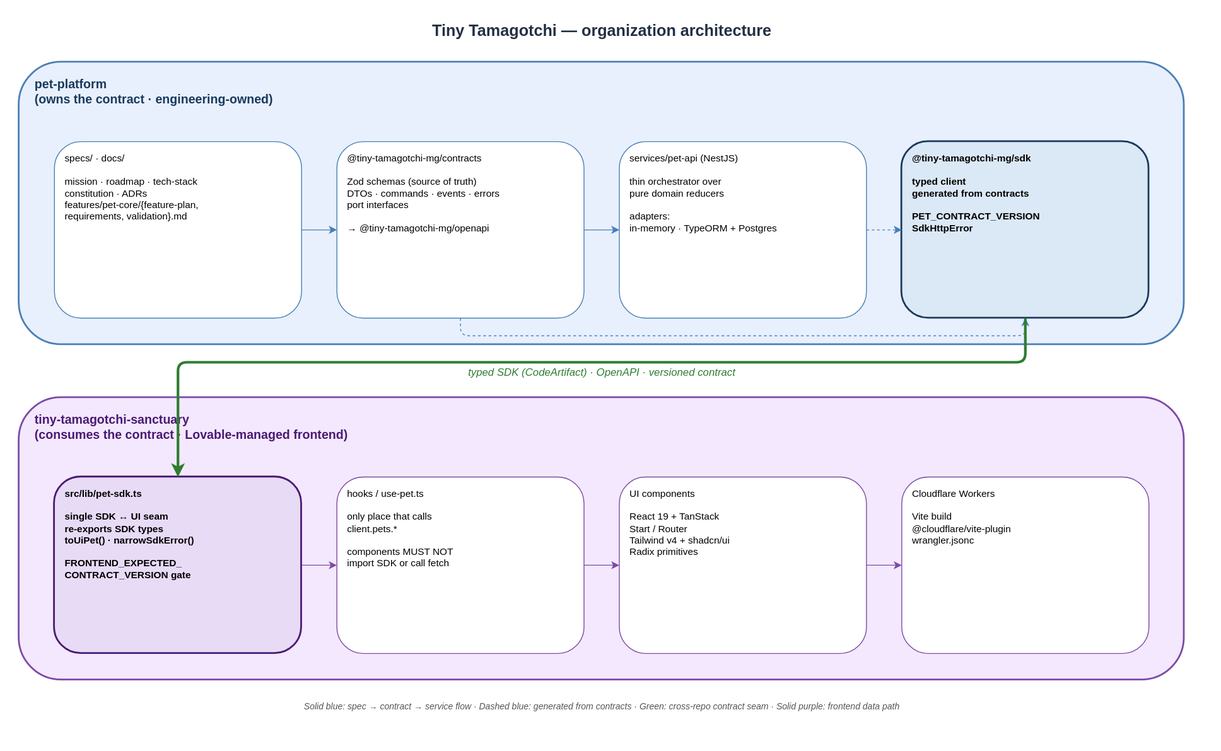
Earlier version of the draw.io export profile/assets/architecture.svg (tiny-tamagotchi/.github). Source tidied: cells renumbered, new cells last; positions are measured from the earlier drawing's top-left corner, leaving out a move shared by most shapes.
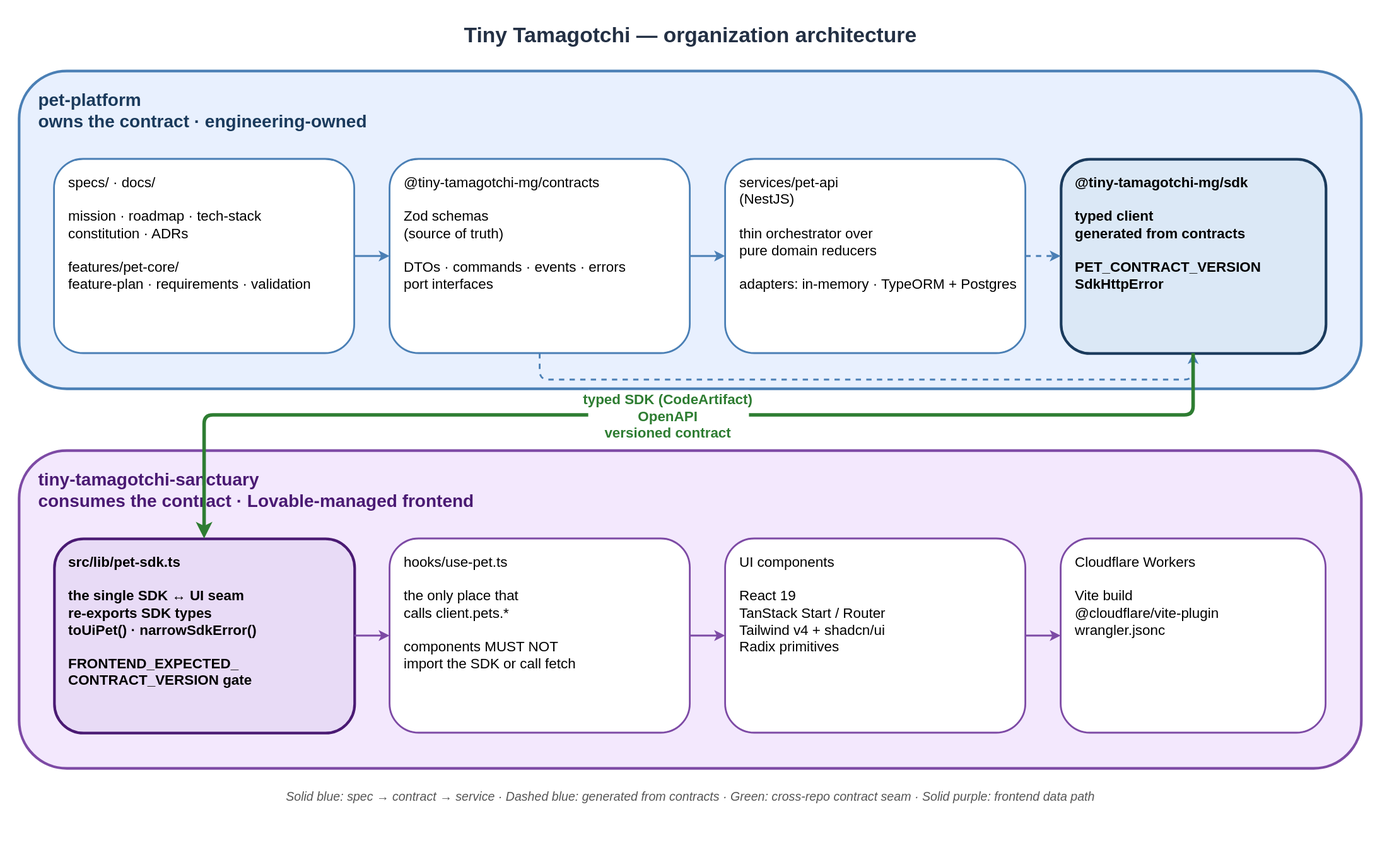
The same diagram one commit later.

Commit message:
Make architecture diagram legible in org profile (#2)

Change to the diagram source:
```diff
@@ -2,78 +2,75 @@
   <root>
     <mxCell id="0" />
     <mxCell id="1" parent="0" />
-    <mxCell id="2" value="Tiny Tamagotchi — organization architecture" style="text;html=1;align=center;verticalAlign=middle;fontSize=18;fontStyle=1;fontColor=#233044;" parent="1" vertex="1">
-      <mxGeometry width="1320" height="30" as="geometry" />
+    <mxCell id="2" value="Tiny Tamagotchi — organization architecture" style="text;html=1;align=center;verticalAlign=middle;fontSize=24;fontStyle=1;fontColor=#233044;" parent="1" vertex="1">
+      <mxGeometry y="10" width="1520" height="40" as="geometry" />
     </mxCell>
-    <mxCell id="3" value="pet-platform&#10;(owns the contract · engineering-owned)" style="rounded=1;whiteSpace=wrap;html=1;fillColor=#e8f0fe;strokeColor=#4a7fb5;strokeWidth=2;verticalAlign=top;fontStyle=1;fontSize=14;fontColor=#1a3a5c;align=left;spacingLeft=16;spacingTop=10;" parent="1" vertex="1">
-      <mxGeometry y="50" width="1320" height="320" as="geometry" />
+    <mxCell id="3" value="pet-platform&#10;owns the contract  ·  engineering-owned" style="rounded=1;whiteSpace=wrap;html=1;fillColor=#e8f0fe;strokeColor=#4a7fb5;strokeWidth=3;verticalAlign=top;fontStyle=1;fontSize=20;fontColor=#1a3a5c;align=left;spacingLeft=20;spacingTop=14;" parent="1" vertex="1">
+      <mxGeometry y="70" width="1520" height="360" as="geometry" />
     </mxCell>
-    <mxCell id="4" value="specs/ · docs/&#10;&#10;mission · roadmap · tech-stack&#10;constitution · ADRs&#10;features/pet-core/{feature-plan,&#10;requirements, validation}.md" style="rounded=1;whiteSpace=wrap;html=1;fillColor=#ffffff;strokeColor=#4a7fb5;fontSize=11;align=left;spacingLeft=10;spacingTop=6;verticalAlign=top;fontStyle=0;" parent="1" vertex="1">
-      <mxGeometry x="40" y="140" width="280" height="200" as="geometry" />
+    <mxCell id="4" value="specs/ · docs/&#10;&#10;mission · roadmap · tech-stack&#10;constitution · ADRs&#10;&#10;features/pet-core/&#10;feature-plan · requirements · validation" style="rounded=1;whiteSpace=wrap;html=1;fillColor=#ffffff;strokeColor=#4a7fb5;strokeWidth=2;fontSize=16;align=left;spacingLeft=14;spacingTop=10;verticalAlign=top;fontStyle=0;" parent="1" vertex="1">
+      <mxGeometry x="40" y="170" width="340" height="220" as="geometry" />
     </mxCell>
-    <mxCell id="5" value="@tiny-tamagotchi-mg/contracts&#10;&#10;Zod schemas (source of truth)&#10;DTOs · commands · events · errors&#10;port interfaces&#10;&#10;→ @tiny-tamagotchi-mg/openapi" style="rounded=1;whiteSpace=wrap;html=1;fillColor=#ffffff;strokeColor=#4a7fb5;fontSize=11;align=left;spacingLeft=10;spacingTop=6;verticalAlign=top;fontStyle=0;" parent="1" vertex="1">
-      <mxGeometry x="360" y="140" width="280" height="200" as="geometry" />
+    <mxCell id="5" value="@tiny-tamagotchi-mg/contracts&#10;&#10;Zod schemas&#10;(source of truth)&#10;&#10;DTOs · commands · events · errors&#10;port interfaces" style="rounded=1;whiteSpace=wrap;html=1;fillColor=#ffffff;strokeColor=#4a7fb5;strokeWidth=2;fontSize=16;align=left;spacingLeft=14;spacingTop=10;verticalAlign=top;fontStyle=0;" parent="1" vertex="1">
+      <mxGeometry x="420" y="170" width="340" height="220" as="geometry" />
     </mxCell>
-    <mxCell id="6" value="services/pet-api (NestJS)&#10;&#10;thin orchestrator over&#10;pure domain reducers&#10;&#10;adapters:&#10;  in-memory · TypeORM + Postgres" style="rounded=1;whiteSpace=wrap;html=1;fillColor=#ffffff;strokeColor=#4a7fb5;fontSize=11;align=left;spacingLeft=10;spacingTop=6;verticalAlign=top;fontStyle=0;" parent="1" vertex="1">
-      <mxGeometry x="680" y="140" width="280" height="200" as="geometry" />
+    <mxCell id="6" value="services/pet-api&#10;(NestJS)&#10;&#10;thin orchestrator over&#10;pure domain reducers&#10;&#10;adapters: in-memory · TypeORM + Postgres" style="rounded=1;whiteSpace=wrap;html=1;fillColor=#ffffff;strokeColor=#4a7fb5;strokeWidth=2;fontSize=16;align=left;spacingLeft=14;spacingTop=10;verticalAlign=top;fontStyle=0;" parent="1" vertex="1">
+      <mxGeometry x="800" y="170" width="340" height="220" as="geometry" />
     </mxCell>
-    <mxCell id="7" value="@tiny-tamagotchi-mg/sdk&#10;&#10;typed client&#10;generated from contracts&#10;&#10;PET_CONTRACT_VERSION&#10;SdkHttpError" style="rounded=1;whiteSpace=wrap;html=1;fillColor=#dbe8f6;strokeColor=#1a3a5c;strokeWidth=2;fontSize=11;align=left;spacingLeft=10;spacingTop=6;verticalAlign=top;fontStyle=1;" parent="1" vertex="1">
-      <mxGeometry x="1000" y="140" width="280" height="200" as="geometry" />
+    <mxCell id="7" value="@tiny-tamagotchi-mg/sdk&#10;&#10;typed client&#10;generated from contracts&#10;&#10;PET_CONTRACT_VERSION&#10;SdkHttpError" style="rounded=1;whiteSpace=wrap;html=1;fillColor=#dbe8f6;strokeColor=#1a3a5c;strokeWidth=3;fontSize=16;align=left;spacingLeft=14;spacingTop=10;verticalAlign=top;fontStyle=1;" parent="1" vertex="1">
+      <mxGeometry x="1180" y="170" width="300" height="220" as="geometry" />
     </mxCell>
-    <mxCell id="8" value="typed SDK (CodeArtifact)  ·  OpenAPI  ·  versioned contract" style="text;html=1;align=center;verticalAlign=middle;fontSize=12;fontStyle=2;fontColor=#2e7d32;" parent="1" vertex="1">
-      <mxGeometry y="390" width="1320" height="24" as="geometry" />
-    </mxCell>
-    <mxCell id="9" value="tiny-tamagotchi-sanctuary&#10;(consumes the contract · Lovable-managed frontend)" style="rounded=1;whiteSpace=wrap;html=1;fillColor=#f3e8fd;strokeColor=#7d4aa5;strokeWidth=2;verticalAlign=top;fontStyle=1;fontSize=14;fontColor=#4a1a73;align=left;spacingLeft=16;spacingTop=10;" parent="1" vertex="1">
-      <mxGeometry y="430" width="1320" height="320" as="geometry" />
+    <mxCell id="9" value="tiny-tamagotchi-sanctuary&#10;consumes the contract  ·  Lovable-managed frontend" style="rounded=1;whiteSpace=wrap;html=1;fillColor=#f3e8fd;strokeColor=#7d4aa5;strokeWidth=3;verticalAlign=top;fontStyle=1;fontSize=20;fontColor=#4a1a73;align=left;spacingLeft=20;spacingTop=14;" parent="1" vertex="1">
+      <mxGeometry y="500" width="1520" height="360" as="geometry" />
     </mxCell>
-    <mxCell id="10" value="src/lib/pet-sdk.ts&#10;&#10;single SDK ↔ UI seam&#10;re-exports SDK types&#10;toUiPet() · narrowSdkError()&#10;&#10;FRONTEND_EXPECTED_&#10;CONTRACT_VERSION gate" style="rounded=1;whiteSpace=wrap;html=1;fillColor=#e8dbf6;strokeColor=#4a1a73;strokeWidth=2;fontSize=11;align=left;spacingLeft=10;spacingTop=6;verticalAlign=top;fontStyle=1;" parent="1" vertex="1">
-      <mxGeometry x="40" y="520" width="280" height="200" as="geometry" />
+    <mxCell id="10" value="src/lib/pet-sdk.ts&#10;&#10;the single SDK ↔ UI seam&#10;re-exports SDK types&#10;toUiPet() · narrowSdkError()&#10;&#10;FRONTEND_EXPECTED_&#10;CONTRACT_VERSION gate" style="rounded=1;whiteSpace=wrap;html=1;fillColor=#e8dbf6;strokeColor=#4a1a73;strokeWidth=3;fontSize=16;align=left;spacingLeft=14;spacingTop=10;verticalAlign=top;fontStyle=1;" parent="1" vertex="1">
+      <mxGeometry x="40" y="600" width="340" height="220" as="geometry" />
     </mxCell>
-    <mxCell id="11" value="hooks / use-pet.ts&#10;&#10;only place that calls&#10;client.pets.*&#10;&#10;components MUST NOT&#10;import SDK or call fetch" style="rounded=1;whiteSpace=wrap;html=1;fillColor=#ffffff;strokeColor=#7d4aa5;fontSize=11;align=left;spacingLeft=10;spacingTop=6;verticalAlign=top;fontStyle=0;" parent="1" vertex="1">
-      <mxGeometry x="360" y="520" width="280" height="200" as="geometry" />
+    <mxCell id="11" value="hooks/use-pet.ts&#10;&#10;the only place that&#10;calls client.pets.*&#10;&#10;components MUST NOT&#10;import the SDK or call fetch" style="rounded=1;whiteSpace=wrap;html=1;fillColor=#ffffff;strokeColor=#7d4aa5;strokeWidth=2;fontSize=16;align=left;spacingLeft=14;spacingTop=10;verticalAlign=top;fontStyle=0;" parent="1" vertex="1">
+      <mxGeometry x="420" y="600" width="340" height="220" as="geometry" />
     </mxCell>
-    <mxCell id="12" value="UI components&#10;&#10;React 19 + TanStack&#10;Start / Router&#10;Tailwind v4 + shadcn/ui&#10;Radix primitives" style="rounded=1;whiteSpace=wrap;html=1;fillColor=#ffffff;strokeColor=#7d4aa5;fontSize=11;align=left;spacingLeft=10;spacingTop=6;verticalAlign=top;fontStyle=0;" parent="1" vertex="1">
-      <mxGeometry x="680" y="520" width="280" height="200" as="geometry" />
+    <mxCell id="12" value="UI components&#10;&#10;React 19&#10;TanStack Start / Router&#10;Tailwind v4 + shadcn/ui&#10;Radix primitives" style="rounded=1;whiteSpace=wrap;html=1;fillColor=#ffffff;strokeColor=#7d4aa5;strokeWidth=2;fontSize=16;align=left;spacingLeft=14;spacingTop=10;verticalAlign=top;fontStyle=0;" parent="1" vertex="1">
+      <mxGeometry x="800" y="600" width="340" height="220" as="geometry" />
     </mxCell>
-    <mxCell id="13" value="Cloudflare Workers&#10;&#10;Vite build&#10;@cloudflare/vite-plugin&#10;wrangler.jsonc" style="rounded=1;whiteSpace=wrap;html=1;fillColor=#ffffff;strokeColor=#7d4aa5;fontSize=11;align=left;spacingLeft=10;spacingTop=6;verticalAlign=top;fontStyle=0;" parent="1" vertex="1">
-      <mxGeometry x="1000" y="520" width="280" height="200" as="geometry" />
+    <mxCell id="13" value="Cloudflare Workers&#10;&#10;Vite build&#10;@cloudflare/vite-plugin&#10;wrangler.jsonc" style="rounded=1;whiteSpace=wrap;html=1;fillColor=#ffffff;strokeColor=#7d4aa5;strokeWidth=2;fontSize=16;align=left;spacingLeft=14;spacingTop=10;verticalAlign=top;fontStyle=0;" parent="1" vertex="1">
+      <mxGeometry x="1180" y="600" width="300" height="220" as="geometry" />
     </mxCell>
-    <mxCell id="14" style="edgeStyle=orthogonalEdgeStyle;rounded=1;jettySize=20;endArrow=classic;exitX=1;exitY=0.5;exitDx=0;exitDy=0;entryX=0;entryY=0.5;entryDx=0;entryDy=0;strokeColor=#4a7fb5;" parent="1" edge="1" source="4" target="5">
+    <mxCell id="14" style="edgeStyle=orthogonalEdgeStyle;rounded=1;jettySize=20;endArrow=classic;exitX=1;exitY=0.5;exitDx=0;exitDy=0;entryX=0;entryY=0.5;entryDx=0;entryDy=0;strokeColor=#4a7fb5;strokeWidth=2;" parent="1" edge="1" source="4" target="5">
       <mxGeometry relative="1" as="geometry" />
     </mxCell>
-    <mxCell id="15" style="edgeStyle=orthogonalEdgeStyle;rounded=1;jettySize=20;endArrow=classic;exitX=1;exitY=0.5;exitDx=0;exitDy=0;entryX=0;entryY=0.5;entryDx=0;entryDy=0;strokeColor=#4a7fb5;" parent="1" edge="1" source="5" target="6">
+    <mxCell id="15" style="edgeStyle=orthogonalEdgeStyle;rounded=1;jettySize=20;endArrow=classic;exitX=1;exitY=0.5;exitDx=0;exitDy=0;entryX=0;entryY=0.5;entryDx=0;entryDy=0;strokeColor=#4a7fb5;strokeWidth=2;" parent="1" edge="1" source="5" target="6">
       <mxGeometry relative="1" as="geometry" />
     </mxCell>
+    <mxCell id="17" style="edgeStyle=orthogonalEdgeStyle;rounded=1;jettySize=20;endArrow=classic;exitX=1;exitY=0.5;exitDx=0;exitDy=0;entryX=0;entryY=0.5;entryDx=0;entryDy=0;strokeColor=#4a7fb5;strokeWidth=2;dashed=1;" parent="1" edge="1" source="6" target="7">
+      <mxGeometry relative="1" as="geometry" />
+    </mxCell>
-    <mxCell id="16" style="edgeStyle=orthogonalEdgeStyle;rounded=1;jettySize=20;endArrow=classic;exitX=0.5;exitY=1;exitDx=0;exitDy=0;entryX=0.5;entryY=1;entryDx=0;entryDy=0;strokeColor=#4a7fb5;dashed=1;" parent="1" edge="1" source="5" target="7">
+    <mxCell id="16" style="edgeStyle=orthogonalEdgeStyle;rounded=1;jettySize=20;endArrow=classic;exitX=0.5;exitY=1;exitDx=0;exitDy=0;entryX=0.5;entryY=1;entryDx=0;entryDy=0;strokeColor=#4a7fb5;strokeWidth=2;dashed=1;" parent="1" edge="1" source="5" target="7">
       <mxGeometry relative="1" as="geometry">
         <Array as="points">
-          <mxPoint x="500" y="360" />
-          <mxPoint x="1140" y="360" />
+          <mxPoint x="590" y="420" />
+          <mxPoint x="1330" y="420" />
         </Array>
       </mxGeometry>
     </mxCell>
-    <mxCell id="17" style="edgeStyle=orthogonalEdgeStyle;rounded=1;jettySize=20;endArrow=classic;exitX=1;exitY=0.5;exitDx=0;exitDy=0;entryX=0;entryY=0.5;entryDx=0;entryDy=0;strokeColor=#4a7fb5;dashed=1;" parent="1" edge="1" source="6" target="7">
-      <mxGeometry relative="1" as="geometry" />
-    </mxCell>
-    <mxCell id="18" style="edgeStyle=orthogonalEdgeStyle;rounded=1;jettySize=20;endArrow=classic;exitX=1;exitY=0.5;exitDx=0;exitDy=0;entryX=0;entryY=0.5;entryDx=0;entryDy=0;strokeColor=#7d4aa5;" parent="1" edge="1" source="10" target="11">
+    <mxCell id="18" style="edgeStyle=orthogonalEdgeStyle;rounded=1;jettySize=20;endArrow=classic;exitX=1;exitY=0.5;exitDx=0;exitDy=0;entryX=0;entryY=0.5;entryDx=0;entryDy=0;strokeColor=#7d4aa5;strokeWidth=2;" parent="1" edge="1" source="10" target="11">
       <mxGeometry relative="1" as="geometry" />
     </mxCell>
-    <mxCell id="19" style="edgeStyle=orthogonalEdgeStyle;rounded=1;jettySize=20;endArrow=classic;exitX=1;exitY=0.5;exitDx=0;exitDy=0;entryX=0;entryY=0.5;entryDx=0;entryDy=0;strokeColor=#7d4aa5;" parent="1" edge="1" source="11" target="12">
+    <mxCell id="19" style="edgeStyle=orthogonalEdgeStyle;rounded=1;jettySize=20;endArrow=classic;exitX=1;exitY=0.5;exitDx=0;exitDy=0;entryX=0;entryY=0.5;entryDx=0;entryDy=0;strokeColor=#7d4aa5;strokeWidth=2;" parent="1" edge="1" source="11" target="12">
       <mxGeometry relative="1" as="geometry" />
     </mxCell>
-    <mxCell id="20" style="edgeStyle=orthogonalEdgeStyle;rounded=1;jettySize=20;endArrow=classic;exitX=1;exitY=0.5;exitDx=0;exitDy=0;entryX=0;entryY=0.5;entryDx=0;entryDy=0;strokeColor=#7d4aa5;" parent="1" edge="1" source="12" target="13">
+    <mxCell id="20" style="edgeStyle=orthogonalEdgeStyle;rounded=1;jettySize=20;endArrow=classic;exitX=1;exitY=0.5;exitDx=0;exitDy=0;entryX=0;entryY=0.5;entryDx=0;entryDy=0;strokeColor=#7d4aa5;strokeWidth=2;" parent="1" edge="1" source="12" target="13">
       <mxGeometry relative="1" as="geometry" />
     </mxCell>
-    <mxCell id="21" style="edgeStyle=orthogonalEdgeStyle;rounded=1;jettySize=20;endArrow=classic;endFill=1;exitX=0.5;exitY=1;exitDx=0;exitDy=0;entryX=0.5;entryY=0;entryDx=0;entryDy=0;strokeColor=#2e7d32;strokeWidth=3;" parent="1" edge="1" source="7" target="10">
+    <mxCell id="21" value="typed SDK (CodeArtifact)&#10;OpenAPI&#10;versioned contract" style="edgeStyle=orthogonalEdgeStyle;rounded=1;jettySize=20;endArrow=classic;endFill=1;exitX=0.5;exitY=1;exitDx=0;exitDy=0;entryX=0.5;entryY=0;entryDx=0;entryDy=0;strokeColor=#2e7d32;strokeWidth=4;fontSize=16;fontColor=#2e7d32;fontStyle=1;labelBackgroundColor=#ffffff;" parent="1" edge="1" source="7" target="10">
       <mxGeometry relative="1" as="geometry">
         <Array as="points">
-          <mxPoint x="1140" y="390" />
-          <mxPoint x="180" y="390" />
+          <mxPoint x="1330" y="460" />
+          <mxPoint x="210" y="460" />
         </Array>
       </mxGeometry>
     </mxCell>
-    <mxCell id="22" value="Solid blue: spec → contract → service flow    ·    Dashed blue: generated from contracts    ·    Green: cross-repo contract seam    ·    Solid purple: frontend data path" style="text;html=1;align=center;verticalAlign=middle;fontSize=10;fontColor=#555555;fontStyle=2;" parent="1" vertex="1">
-      <mxGeometry y="770" width="1320" height="20" as="geometry" />
+    <mxCell id="22" value="Solid blue: spec → contract → service  ·  Dashed blue: generated from contracts  ·  Green: cross-repo contract seam  ·  Solid purple: frontend data path" style="text;html=1;align=center;verticalAlign=middle;fontSize=14;fontColor=#555555;fontStyle=2;" parent="1" vertex="1">
+      <mxGeometry y="880" width="1520" height="24" as="geometry" />
     </mxCell>
   </root>
 </mxGraphModel>
```
